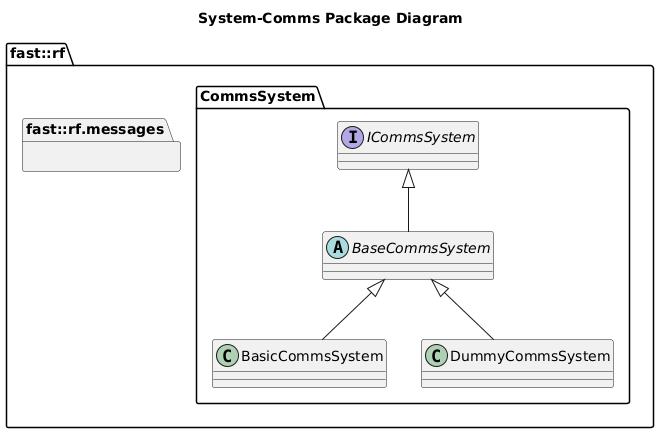
Earlier version of the PlantUML export Systems/Comms/doc/puml/SystemCommsPackageDiagram.png (fastrobotics/robot_framework).
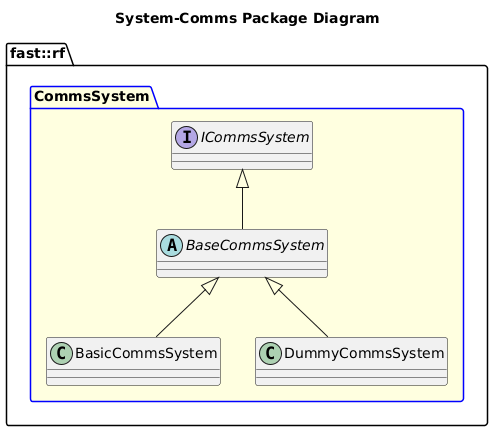
Later version of the same file.

What changed in the source:
```diff
@@ -2,8 +2,7 @@
 title System-Comms Package Diagram
 
 namespace fast::rf {
-  namespace messages  {}
-  namespace CommsSystem {
+  package CommsSystem #LightYellow;line:blue {
     interface ICommsSystem {
     }
     abstract BaseCommsSystem {
```
